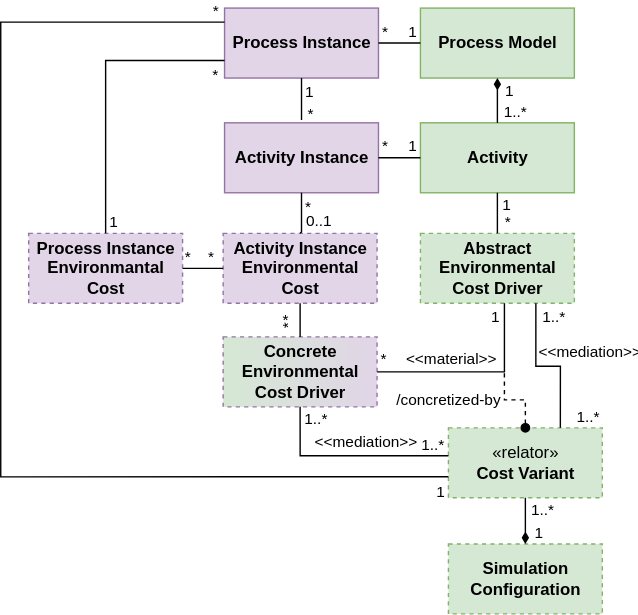
The draw.io diagram metamodel.svg in fyndalf/master-thesis, before a commit. Source tidied: cells renumbered, new cells last; positions are measured from the earlier drawing's top-left corner, leaving out a move shared by most shapes.
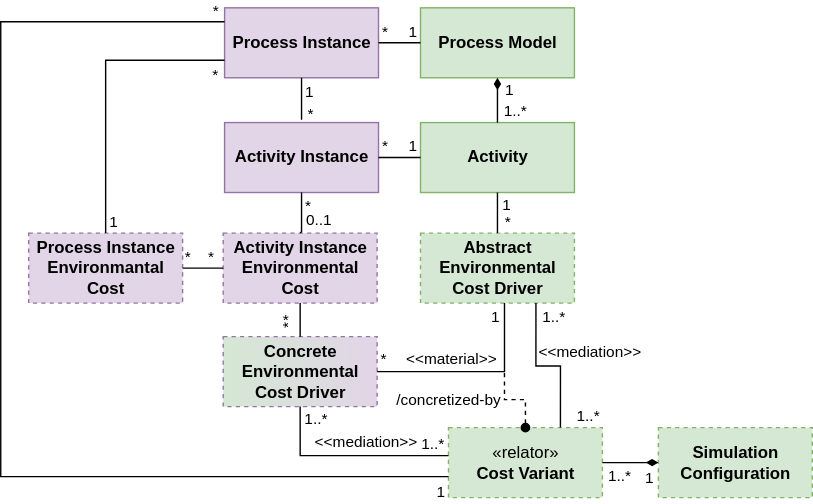
After the change.

Diff of the diagram source:
```diff
@@ -27,7 +27,7 @@
       <mxGeometry x="159" y="235" width="110" height="50" as="geometry" />
     </mxCell>
     <mxCell id="10" value="Simulation&lt;br&gt;Configuration" style="html=1;fontStyle=1;fillColor=#d5e8d4;strokeColor=#82b366;dashed=1;" parent="1" vertex="1">
-      <mxGeometry x="320" y="383" width="110" height="50" as="geometry" />
+      <mxGeometry x="470" y="300" width="110" height="50" as="geometry" />
     </mxCell>
     <mxCell id="11" value="Process Instance&lt;br&gt;&lt;div&gt;Environmantal&lt;/div&gt;&lt;div&gt;Cost&lt;/div&gt;" style="html=1;fontStyle=1;fillColor=#e1d5e7;strokeColor=#9673a6;dashed=1;" parent="1" vertex="1">
       <mxGeometry x="20" y="161" width="110" height="50" as="geometry" />
@@ -80,12 +80,17 @@
         <mxPoint x="-4" y="19" as="offset" />
       </mxGeometry>
     </mxCell>
-    <mxCell id="22" style="endArrow=none;html=1;edgeStyle=orthogonalEdgeStyle;rounded=0;entryX=0.5;entryY=1;entryDx=0;entryDy=0;endFill=0;exitX=0.5;exitY=0;exitDx=0;exitDy=0;startArrow=diamondThin;startFill=1;labelBackgroundColor=none;" parent="1" edge="1" source="10" target="8">
-      <mxGeometry relative="1" as="geometry" />
+    <mxCell id="22" style="endArrow=none;html=1;edgeStyle=orthogonalEdgeStyle;rounded=0;entryX=1;entryY=0.5;entryDx=0;entryDy=0;endFill=0;exitX=0;exitY=0.5;exitDx=0;exitDy=0;startArrow=diamondThin;startFill=1;labelBackgroundColor=none;" parent="1" edge="1" source="10" target="8">
+      <mxGeometry relative="1" as="geometry">
+        <Array as="points">
+          <mxPoint x="450" y="325" />
+          <mxPoint x="450" y="325" />
+        </Array>
+      </mxGeometry>
     </mxCell>
     <mxCell id="23" value="1" style="edgeLabel;html=1;align=left;verticalAlign=bottom;labelBackgroundColor=none;" parent="22" vertex="1">
       <mxGeometry x="-1" relative="1" as="geometry">
-        <mxPoint x="5" as="offset" />
+        <mxPoint x="-11" y="19" as="offset" />
       </mxGeometry>
     </mxCell>
     <mxCell id="24" value="1..*" style="edgeLabel;html=1;align=right;verticalAlign=bottom;labelBackgroundColor=none;" parent="22" vertex="1">
```
